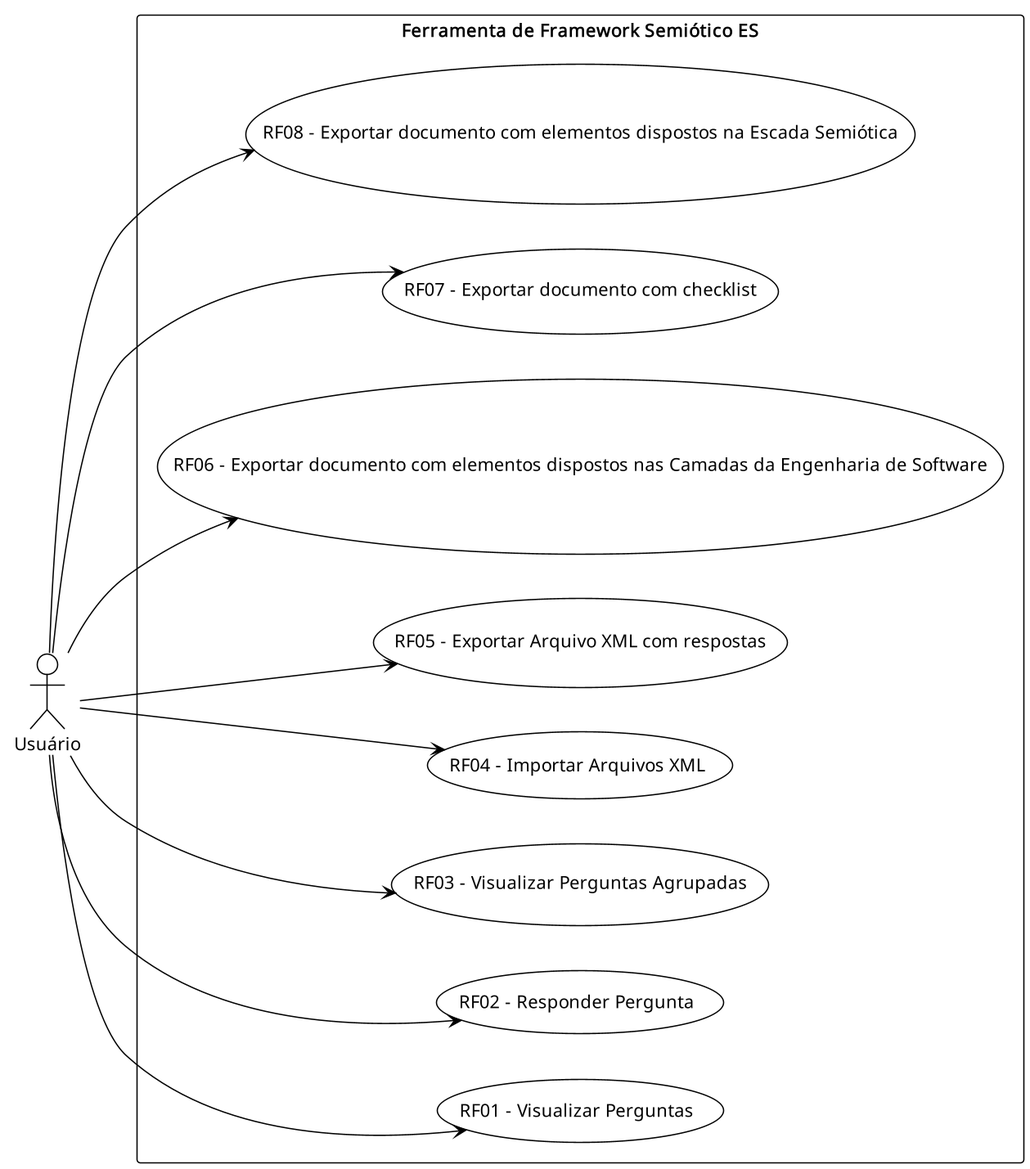
auri-gabriel/semiotic-framework-tool keeps this PlantUML diagram as out/docs/requirements/use_cases/use_cases.png. Above is the earlier version.
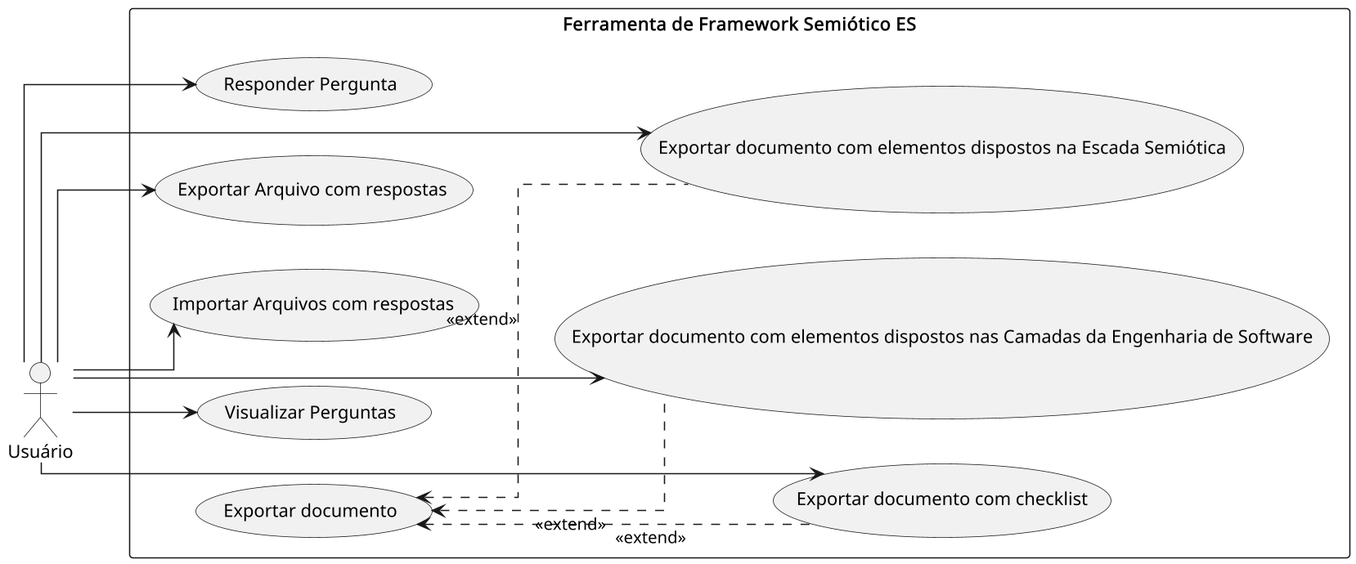
After the change.

Commit message:
improve use cases diagrams

Diff of the diagram source:
```diff
@@ -1,28 +1,31 @@
 @startuml use_cases
-!theme mono
 skinparam dpi 150
 left to right direction
-
 actor Usuário
+skinparam linetype ortho
 
 rectangle "Ferramenta de Framework Semiótico ES" {
-    (RF01 - Visualizar Perguntas) as visualizar
-    (RF02 - Responder Pergunta) as responder
-    (RF03 - Visualizar Perguntas Agrupadas) as agrupar
-    (RF04 - Importar Arquivos XML) as importar
-    (RF05 - Exportar Arquivo XML com respostas) as salvar
-    (RF06 - Exportar documento com elementos dispostos nas Camadas da Engenharia de Software) as camadas
-    (RF07 - Exportar documento com checklist) as checklist
-    (RF08 - Exportar documento com elementos dispostos na Escada Semiótica) as escada
+    (Visualizar Perguntas) as visualizar
+    (Responder Pergunta) as responder
+    (Exportar Arquivo com respostas) as salvar
+    (Importar Arquivos com respostas) as importar
+    (Exportar documento) as exportar
+    (Exportar documento com elementos dispostos nas Camadas da Engenharia de Software) as camadas
+    (Exportar documento com checklist) as checklist
+    (Exportar documento com elementos dispostos na Escada Semiótica) as escada
 }
 
 Usuário --> visualizar
 Usuário --> responder
-Usuário --> agrupar
 Usuário --> importar
 Usuário --> salvar
 Usuário --> camadas
 Usuário --> checklist
 Usuário --> escada
 
+exportar <.. checklist : <<extend>>
+exportar <.. camadas : <<extend>>
+exportar <.. escada : <<extend>>
+
+
 @enduml
```
